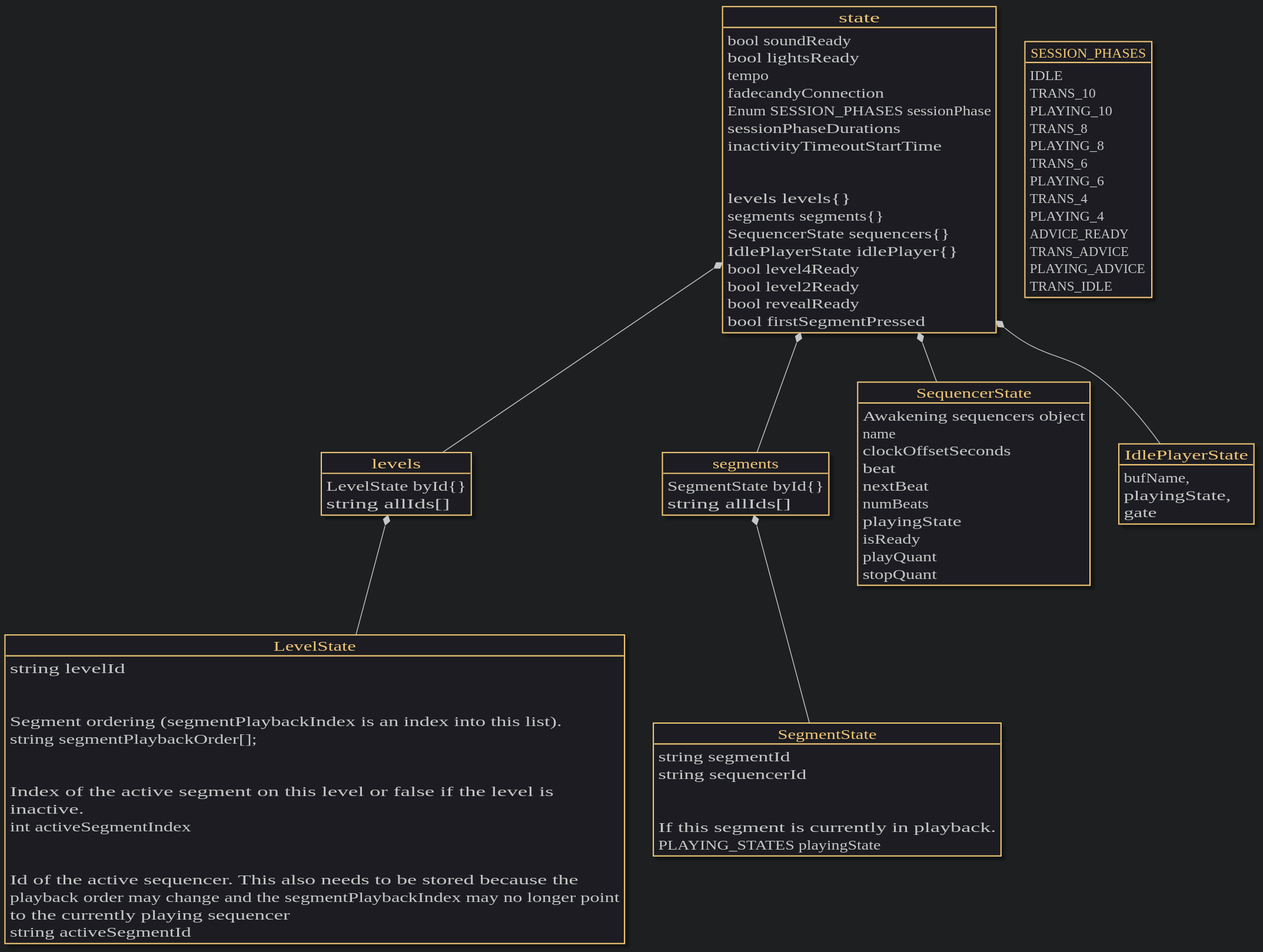
Earlier version of the PlantUML export docs/data_model.svg (awakeningio/owa).
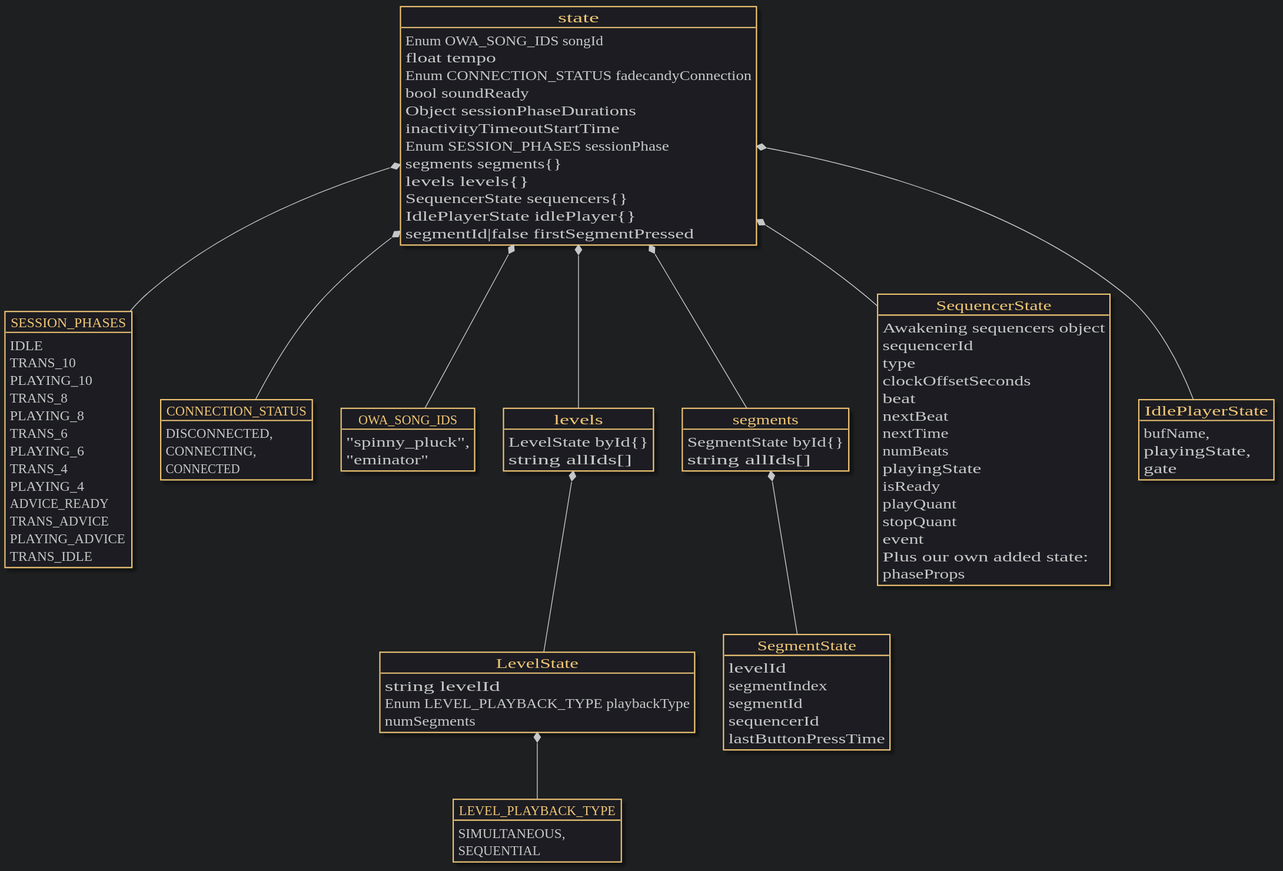
After the change.

Commit message:
updated data model

Change to the diagram source:
```diff
@@ -45,24 +45,55 @@
   borderColor #c5c8c6
 }
 
+object SESSION_PHASES {
+  IDLE
+  TRANS_10
+  PLAYING_10
+  TRANS_8
+  PLAYING_8
+  TRANS_6
+  PLAYING_6
+  TRANS_4
+  PLAYING_4
+  ADVICE_READY
+  TRANS_ADVICE
+  PLAYING_ADVICE
+  TRANS_IDLE
+}
+
+object LEVEL_PLAYBACK_TYPE {
+  SIMULTANEOUS,
+  SEQUENTIAL
+}
+
+object CONNECTION_STATUS {
+  DISCONNECTED,
+  CONNECTING,
+  CONNECTED
+}
+
+object OWA_SONG_IDS {
+  "spinny_pluck",
+  "eminator"
+}
+
 object state {
+  Enum OWA_SONG_IDS songId
+  float tempo
+  Enum CONNECTION_STATUS fadecandyConnection
   bool soundReady
-  bool lightsReady
-  tempo
-  fadecandyConnection
+  Object sessionPhaseDurations
+  inactivityTimeoutStartTime
   Enum SESSION_PHASES sessionPhase
-  sessionPhaseDurations
-  inactivityTimeoutStartTime
-  \n
+  segments segments{}
   levels levels{}
-  segments segments{}
   SequencerState sequencers{}
   IdlePlayerState idlePlayer{}
-  bool level4Ready
-  bool level2Ready
-  bool revealReady
-  bool firstSegmentPressed
+  segmentId|false firstSegmentPressed
 }
+state *-- SESSION_PHASES
+state *-- CONNECTION_STATUS
+state *-- OWA_SONG_IDS
 
 object levels {
   LevelState byId{}
@@ -78,58 +109,40 @@
 state *-- segments
 segments *-- SegmentState
 
-object SESSION_PHASES {
-IDLE
-TRANS_10
-PLAYING_10
-TRANS_8
-PLAYING_8
-TRANS_6
-PLAYING_6
-TRANS_4
-PLAYING_4
-ADVICE_READY
-TRANS_ADVICE
-PLAYING_ADVICE
-TRANS_IDLE
-}
-
 object SegmentState {
-  string segmentId
-  string sequencerId
-  \n
-  If this segment is currently in playback.
-  PLAYING_STATES playingState
+  levelId
+  segmentIndex
+  segmentId
+  sequencerId
+  lastButtonPressTime
 }
 
 object LevelState {
   string levelId
-  \n
-  Segment ordering (segmentPlaybackIndex is an index into this list).
-  string segmentPlaybackOrder[];
-  \n
-  Index of the active segment on this level or false if the level is
-  inactive.
-  int activeSegmentIndex
-  \n
-  Id of the active sequencer.  This also needs to be stored because the
-  playback order may change and the segmentPlaybackIndex may no longer point
-  to the currently playing sequencer
-  string activeSegmentId
+  Enum LEVEL_PLAYBACK_TYPE playbackType
+  numSegments
 }
+LevelState *-- LEVEL_PLAYBACK_TYPE
 
 object SequencerState {
   Awakening sequencers object
 
-  name
+  sequencerId
+  type
   clockOffsetSeconds
   beat
   nextBeat
+  nextTime
   numBeats
   playingState
   isReady
   playQuant
   stopQuant
+  event
+
+
+  Plus our own added state:
+  phaseProps
 }
 state *-- SequencerState
 
```
